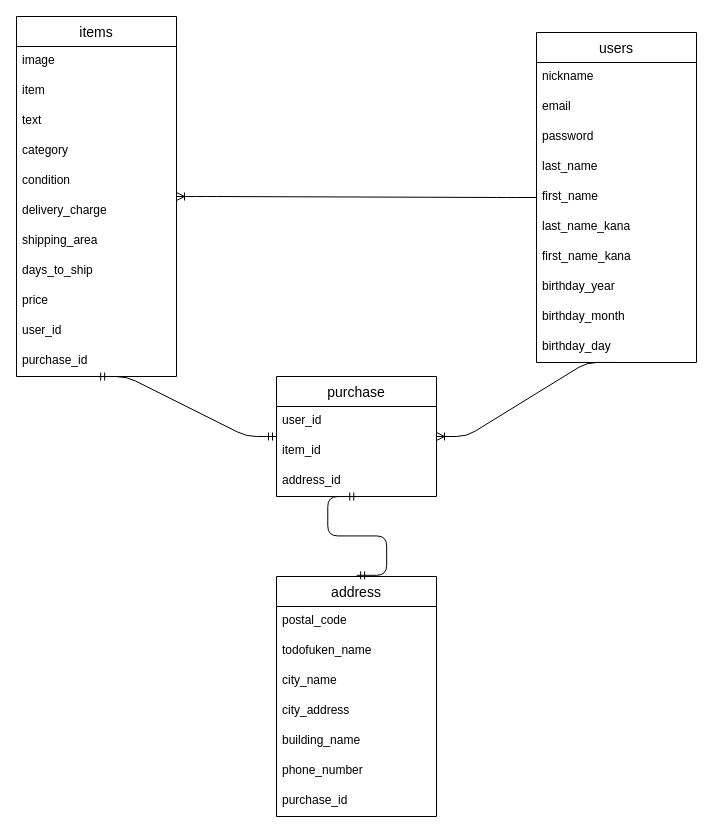
cony-k-m90/furima-32879 keeps this draw.io diagram as DB設計_ER図.dio. Above is the earlier version. Source tidied: cells renumbered, new cells numbered last; positions are measured from the earlier drawing's top-left corner, leaving out a move shared by most shapes. Both pictures are drawn from the tidied source at 100%, with x=0, y=0 at pixel (16, 16).
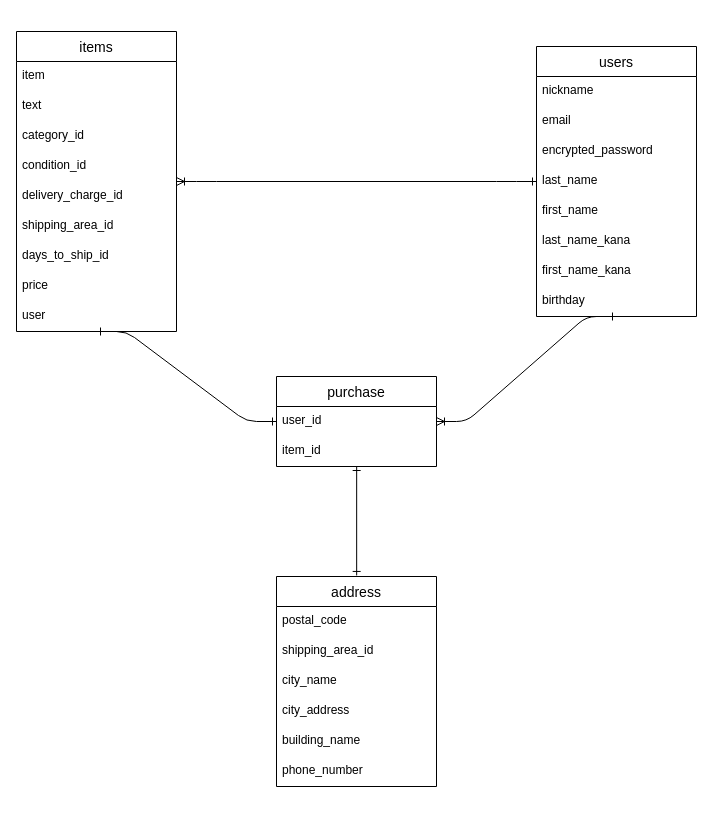
Above is the later version.

Commit message (it also covers changes not shown here):
プルリクエストのレビュー後修正_2

The change refers to these unchanged cells:
```xml
<mxCell id="27" value="item_id" style="text;strokeColor=none;fillColor=none;spacingLeft=4;spacingRight=4;overflow=hidden;points=[[0,0.5],[1,0.5]];portConstraint=eastwest;fontSize=12;" parent="25" vertex="1">
  <mxGeometry y="60" width="160" height="30" as="geometry" />
</mxCell>
```

Change to the diagram source:
```diff
@@
     <mxCell id="2" value="users" style="swimlane;fontStyle=0;horizontal=1;startSize=30;align=center;fontSize=14;" parent="1" vertex="1">
-      <mxGeometry x="520" y="16" width="160" height="330" as="geometry" />
+      <mxGeometry x="520" y="30" width="160" height="270" as="geometry" />
     </mxCell>
@@
-    <mxCell id="5" value="password" style="text;strokeColor=none;fillColor=none;spacingLeft=4;spacingRight=4;overflow=hidden;fontSize=12;" parent="2" vertex="1">
+    <mxCell id="5" value="encrypted_password" style="text;strokeColor=none;fillColor=none;spacingLeft=4;spacingRight=4;overflow=hidden;fontSize=12;" parent="2" vertex="1">
       <mxGeometry y="90" width="160" height="30" as="geometry" />
     </mxCell>
@@
-    <mxCell id="10" value="birthday_year" style="text;strokeColor=none;fillColor=none;spacingLeft=4;spacingRight=4;overflow=hidden;points=[[0,0.5],[1,0.5]];portConstraint=eastwest;fontSize=12;" parent="2" vertex="1">
+    <mxCell id="10" value="birthday" style="text;strokeColor=none;fillColor=none;spacingLeft=4;spacingRight=4;overflow=hidden;points=[[0,0.5],[1,0.5]];portConstraint=eastwest;fontSize=12;" parent="2" vertex="1">
       <mxGeometry y="240" width="160" height="30" as="geometry" />
     </mxCell>
-    <mxCell id="11" value="birthday_month" style="text;strokeColor=none;fillColor=none;spacingLeft=4;spacingRight=4;overflow=hidden;fontSize=12;" parent="2" vertex="1">
-      <mxGeometry y="270" width="160" height="30" as="geometry" />
-    </mxCell>
-    <mxCell id="12" value="birthday_day" style="text;strokeColor=none;fillColor=none;spacingLeft=4;spacingRight=4;overflow=hidden;points=[[0,0.5],[1,0.5]];portConstraint=eastwest;fontSize=12;" parent="2" vertex="1">
-      <mxGeometry y="300" width="160" height="30" as="geometry" />
-    </mxCell>
     <mxCell id="13" value="items" style="swimlane;fontStyle=0;horizontal=1;startSize=30;align=center;fontSize=14;" parent="1" vertex="1">
-      <mxGeometry width="160" height="360" as="geometry" />
+      <mxGeometry y="15" width="160" height="300" as="geometry" />
     </mxCell>
-    <mxCell id="14" value="image" style="text;strokeColor=none;fillColor=none;spacingLeft=4;spacingRight=4;overflow=hidden;fontSize=12;" parent="13" vertex="1">
-      <mxGeometry y="30" width="160" height="30" as="geometry" />
-    </mxCell>
     <mxCell id="15" value="item" style="text;strokeColor=none;fillColor=none;spacingLeft=4;spacingRight=4;overflow=hidden;fontSize=12;" parent="13" vertex="1">
-      <mxGeometry y="60" width="160" height="30" as="geometry" />
+      <mxGeometry y="30" width="160" height="30" as="geometry" />
     </mxCell>
     <mxCell id="16" value="text" style="text;strokeColor=none;fillColor=none;spacingLeft=4;spacingRight=4;overflow=hidden;fontSize=12;" parent="13" vertex="1">
-      <mxGeometry y="90" width="160" height="30" as="geometry" />
+      <mxGeometry y="60" width="160" height="30" as="geometry" />
     </mxCell>
-    <mxCell id="17" value="category" style="text;strokeColor=none;fillColor=none;spacingLeft=4;spacingRight=4;overflow=hidden;fontSize=12;" parent="13" vertex="1">
-      <mxGeometry y="120" width="160" height="30" as="geometry" />
+    <mxCell id="17" value="category_id" style="text;strokeColor=none;fillColor=none;spacingLeft=4;spacingRight=4;overflow=hidden;fontSize=12;" parent="13" vertex="1">
+      <mxGeometry y="90" width="160" height="30" as="geometry" />
     </mxCell>
-    <mxCell id="18" value="condition" style="text;strokeColor=none;fillColor=none;spacingLeft=4;spacingRight=4;overflow=hidden;fontSize=12;" parent="13" vertex="1">
-      <mxGeometry y="150" width="160" height="30" as="geometry" />
+    <mxCell id="18" value="condition_id" style="text;strokeColor=none;fillColor=none;spacingLeft=4;spacingRight=4;overflow=hidden;fontSize=12;" parent="13" vertex="1">
+      <mxGeometry y="120" width="160" height="30" as="geometry" />
     </mxCell>
-    <mxCell id="19" value="delivery_charge" style="text;strokeColor=none;fillColor=none;spacingLeft=4;spacingRight=4;overflow=hidden;fontSize=12;" parent="13" vertex="1">
-      <mxGeometry y="180" width="160" height="30" as="geometry" />
+    <mxCell id="19" value="delivery_charge_id" style="text;strokeColor=none;fillColor=none;spacingLeft=4;spacingRight=4;overflow=hidden;fontSize=12;" parent="13" vertex="1">
+      <mxGeometry y="150" width="160" height="30" as="geometry" />
     </mxCell>
-    <mxCell id="20" value="shipping_area" style="text;strokeColor=none;fillColor=none;spacingLeft=4;spacingRight=4;overflow=hidden;fontSize=12;" parent="13" vertex="1">
-      <mxGeometry y="210" width="160" height="30" as="geometry" />
+    <mxCell id="20" value="shipping_area_id " style="text;strokeColor=none;fillColor=none;spacingLeft=4;spacingRight=4;overflow=hidden;fontSize=12;" parent="13" vertex="1">
+      <mxGeometry y="180" width="160" height="30" as="geometry" />
     </mxCell>
-    <mxCell id="21" value="days_to_ship" style="text;strokeColor=none;fillColor=none;spacingLeft=4;spacingRight=4;overflow=hidden;fontSize=12;" parent="13" vertex="1">
-      <mxGeometry y="240" width="160" height="30" as="geometry" />
+    <mxCell id="21" value="days_to_ship_id" style="text;strokeColor=none;fillColor=none;spacingLeft=4;spacingRight=4;overflow=hidden;fontSize=12;" parent="13" vertex="1">
+      <mxGeometry y="210" width="160" height="30" as="geometry" />
     </mxCell>
     <mxCell id="22" value="price" style="text;strokeColor=none;fillColor=none;spacingLeft=4;spacingRight=4;overflow=hidden;fontSize=12;" parent="13" vertex="1">
-      <mxGeometry y="270" width="160" height="30" as="geometry" />
+      <mxGeometry y="240" width="160" height="30" as="geometry" />
     </mxCell>
-    <mxCell id="23" value="user_id" style="text;strokeColor=none;fillColor=none;spacingLeft=4;spacingRight=4;overflow=hidden;points=[[0,0.5],[1,0.5]];portConstraint=eastwest;fontSize=12;" parent="13" vertex="1">
-      <mxGeometry y="300" width="160" height="30" as="geometry" />
+    <mxCell id="23" value="user" style="text;strokeColor=none;fillColor=none;spacingLeft=4;spacingRight=4;overflow=hidden;points=[[0,0.5],[1,0.5]];portConstraint=eastwest;fontSize=12;" parent="13" vertex="1">
+      <mxGeometry y="270" width="160" height="30" as="geometry" />
     </mxCell>
-    <mxCell id="24" value="purchase_id" style="text;strokeColor=none;fillColor=none;spacingLeft=4;spacingRight=4;overflow=hidden;points=[[0,0.5],[1,0.5]];portConstraint=eastwest;fontSize=12;" parent="13" vertex="1">
-      <mxGeometry y="330" width="160" height="30" as="geometry" />
-    </mxCell>
     <mxCell id="25" value="purchase" style="swimlane;fontStyle=0;horizontal=1;startSize=30;align=center;fontSize=14;" parent="1" vertex="1">
-      <mxGeometry x="260" y="360" width="160" height="120" as="geometry" />
+      <mxGeometry x="260" y="360" width="160" height="90" as="geometry" />
     </mxCell>
@@
-    <mxCell id="28" value="address_id" style="text;strokeColor=none;fillColor=none;spacingLeft=4;spacingRight=4;overflow=hidden;points=[[0,0.5],[1,0.5]];portConstraint=eastwest;fontSize=12;" parent="25" vertex="1">
-      <mxGeometry y="90" width="160" height="30" as="geometry" />
-    </mxCell>
     <mxCell id="29" value="address" style="swimlane;fontStyle=0;horizontal=1;startSize=30;align=center;fontSize=14;" parent="1" vertex="1">
-      <mxGeometry x="260" y="560" width="160" height="240" as="geometry" />
+      <mxGeometry x="260" y="560" width="160" height="210" as="geometry" />
     </mxCell>
@@
-    <mxCell id="31" value="todofuken_name" style="text;strokeColor=none;fillColor=none;spacingLeft=4;spacingRight=4;overflow=hidden;fontSize=12;" parent="29" vertex="1">
+    <mxCell id="31" value="shipping_area_id " style="text;strokeColor=none;fillColor=none;spacingLeft=4;spacingRight=4;overflow=hidden;fontSize=12;" parent="29" vertex="1">
       <mxGeometry y="60" width="160" height="30" as="geometry" />
     </mxCell>
@@
-    <mxCell id="36" value="purchase_id" style="text;strokeColor=none;fillColor=none;spacingLeft=4;spacingRight=4;overflow=hidden;fontSize=12;" parent="29" vertex="1">
-      <mxGeometry y="210" width="160" height="30" as="geometry" />
-    </mxCell>
-    <mxCell id="37" style="edgeStyle=entityRelationEdgeStyle;fontSize=12;html=1;endArrow=ERoneToMany;" parent="1" edge="1" source="2" target="13">
+    <mxCell id="37" style="edgeStyle=entityRelationEdgeStyle;fontSize=12;html=1;endArrow=ERoneToMany;startArrow=ERone;startFill=0;" parent="1" edge="1" source="2" target="13">
       <mxGeometry relative="1" as="geometry" />
     </mxCell>
-    <mxCell id="38" style="edgeStyle=entityRelationEdgeStyle;fontSize=12;html=1;endArrow=ERoneToMany;exitX=0.501;exitY=0.998;exitDx=0;exitDy=0;exitPerimeter=0;" parent="1" edge="1" source="12" target="25">
+    <mxCell id="38" style="edgeStyle=entityRelationEdgeStyle;fontSize=12;html=1;endArrow=ERoneToMany;exitX=0.5;exitY=1;exitDx=0;exitDy=0;exitPerimeter=0;startArrow=ERone;startFill=0;" parent="1" edge="1" source="10" target="25">
       <mxGeometry relative="1" as="geometry" />
     </mxCell>
-    <mxCell id="39" style="edgeStyle=entityRelationEdgeStyle;fontSize=12;html=1;endArrow=ERmandOne;startArrow=ERmandOne;exitX=0.501;exitY=1.002;exitDx=0;exitDy=0;exitPerimeter=0;" parent="1" edge="1" source="24" target="25">
+    <mxCell id="39" style="edgeStyle=entityRelationEdgeStyle;fontSize=12;html=1;endArrow=ERone;startArrow=ERone;exitX=0.5;exitY=1;exitDx=0;exitDy=0;exitPerimeter=0;startFill=0;endFill=0;" parent="1" edge="1" source="23" target="25">
       <mxGeometry relative="1" as="geometry" />
     </mxCell>
-    <mxCell id="40" style="edgeStyle=entityRelationEdgeStyle;fontSize=12;html=1;endArrow=ERmandOne;startArrow=ERmandOne;exitX=0.508;exitY=1.002;exitDx=0;exitDy=0;exitPerimeter=0;entryX=0.501;entryY=-0.005;entryDx=0;entryDy=0;entryPerimeter=0;" parent="1" edge="1" source="28" target="29">
+    <mxCell id="40" style="fontSize=12;html=1;endArrow=ERone;startArrow=ERone;exitX=0.501;exitY=1;exitDx=0;exitDy=0;exitPerimeter=0;entryX=0.501;entryY=-0.005;entryDx=0;entryDy=0;entryPerimeter=0;startFill=0;endFill=0;" parent="1" edge="1" source="27" target="29">
       <mxGeometry relative="1" as="geometry" />
     </mxCell>
```
